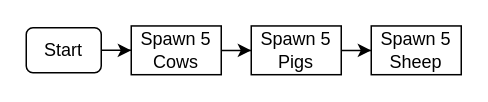
Above: tutorials/python-islands/island-7/animal_pens/flowchart-landscape.drawio in CausewayDigital/Minecraft-EE-MakeCode (draw.io), before the change. Source tidied: cells renumbered, new cells numbered last; positions are measured from the earlier drawing's top-left corner, leaving out a move shared by most shapes. Both pictures are drawn from the tidied source at 150%, with x=0, y=0 at pixel (26, 26).
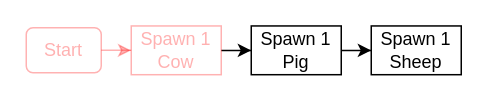
The same diagram, later.

Commit message (it also covers changes not shown here):
Updated animal pen flowcharts to spawn only one animal

Diff of the diagram source:
```diff
@@
 <mxGraphModel>
   <root>
     <mxCell id="0" />
     <mxCell id="1" parent="0" />
-    <mxCell id="2" style="edgeStyle=orthogonalEdgeStyle;rounded=0;jettySize=auto;html=1;" parent="1" edge="1" source="3" target="5">
+    <mxCell id="2" style="edgeStyle=orthogonalEdgeStyle;rounded=0;jettySize=auto;html=1;fontColor=#FF0000;textOpacity=30;opacity=30;strokeColor=light-dark(#FF0000,#EDEDED);" parent="1" edge="1" source="3" target="5">
       <mxGeometry relative="1" as="geometry" />
     </mxCell>
-    <mxCell id="3" value="Start" style="rounded=1;whiteSpace=wrap;html=1;" parent="1" vertex="1">
+    <mxCell id="3" value="Start" style="rounded=1;whiteSpace=wrap;html=1;fontColor=#FF0000;textOpacity=30;opacity=30;strokeColor=light-dark(#FF0000,#EDEDED);" parent="1" vertex="1">
       <mxGeometry y="1" width="50" height="30" as="geometry" />
     </mxCell>
     <mxCell id="4" style="edgeStyle=orthogonalEdgeStyle;rounded=0;jettySize=auto;html=1;" parent="1" edge="1" source="5" target="7">
       <mxGeometry relative="1" as="geometry" />
     </mxCell>
-    <mxCell id="5" value="Spawn 5 Cows" style="rounded=0;whiteSpace=wrap;html=1;" parent="1" vertex="1">
+    <mxCell id="5" value="Spawn 1 Cow" style="rounded=0;whiteSpace=wrap;html=1;fontColor=#FF0000;textOpacity=30;opacity=30;strokeColor=light-dark(#FF0000,#EDEDED);" parent="1" vertex="1">
       <mxGeometry x="70" y="-0.2" width="60" height="32.5" as="geometry" />
     </mxCell>
     <mxCell id="6" style="edgeStyle=orthogonalEdgeStyle;rounded=0;jettySize=auto;html=1;" parent="1" edge="1" source="7" target="8">
       <mxGeometry relative="1" as="geometry" />
     </mxCell>
-    <mxCell id="7" value="Spawn 5 Pigs" style="rounded=0;whiteSpace=wrap;html=1;" parent="1" vertex="1">
+    <mxCell id="7" value="Spawn 1 Pig" style="rounded=0;whiteSpace=wrap;html=1;" parent="1" vertex="1">
       <mxGeometry x="150" y="-0.2" width="60" height="32.5" as="geometry" />
     </mxCell>
-    <mxCell id="8" value="Spawn 5 Sheep" style="rounded=0;whiteSpace=wrap;html=1;" parent="1" vertex="1">
+    <mxCell id="8" value="Spawn 1 Sheep" style="rounded=0;whiteSpace=wrap;html=1;" parent="1" vertex="1">
       <mxGeometry x="230" y="-0.2" width="60" height="32.5" as="geometry" />
     </mxCell>
   </root>
 </mxGraphModel>
```
